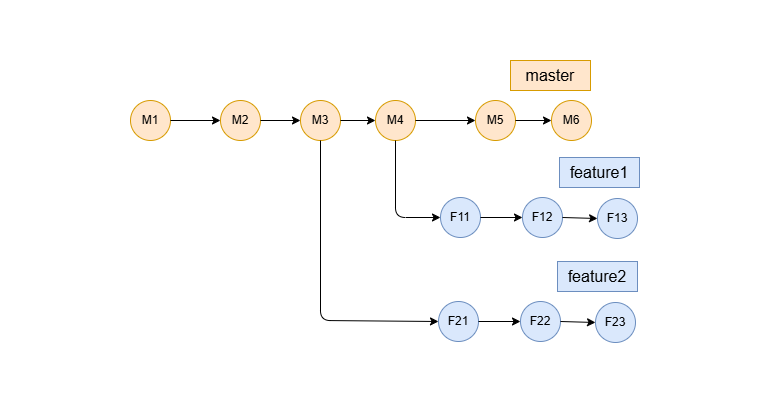
Earlier version of the draw.io export src/app/images/blog/merge_stategies/before_merge_octopus.png (LithiumGit/LithiumGit.github.io). Source tidied: cells renumbered, new cells last; positions are measured from the earlier drawing's top-left corner, leaving out a move shared by most shapes.
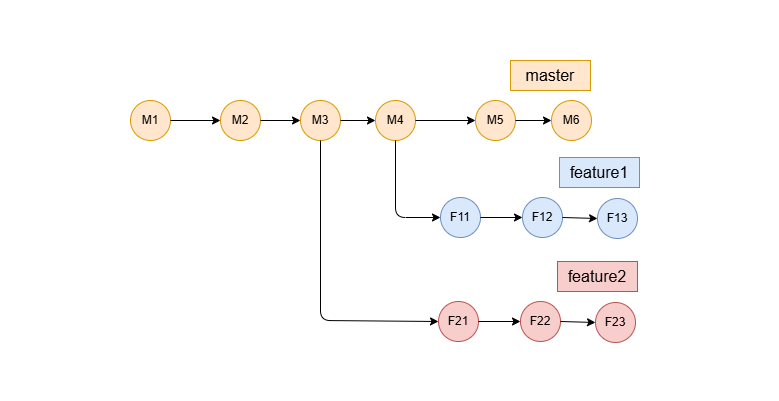
The same diagram one commit later.

Diff of the diagram source:
```diff
@@ -77,13 +77,13 @@
     <mxCell id="24" style="endArrow=classic;html=1;rounded=0;exitX=1;exitY=0.5;exitDx=0;exitDy=0;entryX=0;entryY=0.5;entryDx=0;entryDy=0;" parent="1" edge="1" source="21" target="23">
       <mxGeometry relative="1" as="geometry" />
     </mxCell>
-    <mxCell id="25" value="F21" style="ellipse;whiteSpace=wrap;html=1;fillColor=#dae8fc;strokeColor=#6c8ebf;" parent="1" vertex="1">
+    <mxCell id="25" value="F21" style="ellipse;whiteSpace=wrap;html=1;fillColor=#f8cecc;strokeColor=#b85450;" parent="1" vertex="1">
       <mxGeometry x="438" y="301" width="40" height="40" as="geometry" />
     </mxCell>
-    <mxCell id="26" value="F22" style="ellipse;whiteSpace=wrap;html=1;fillColor=#dae8fc;strokeColor=#6c8ebf;" parent="1" vertex="1">
+    <mxCell id="26" value="F22" style="ellipse;whiteSpace=wrap;html=1;fillColor=#f8cecc;strokeColor=#b85450;" parent="1" vertex="1">
       <mxGeometry x="520" y="301" width="40" height="40" as="geometry" />
     </mxCell>
-    <mxCell id="27" value="F23" style="ellipse;whiteSpace=wrap;html=1;fillColor=#dae8fc;strokeColor=#6c8ebf;" parent="1" vertex="1">
+    <mxCell id="27" value="F23" style="ellipse;whiteSpace=wrap;html=1;fillColor=#f8cecc;strokeColor=#b85450;" parent="1" vertex="1">
       <mxGeometry x="595" y="302" width="40" height="40" as="geometry" />
     </mxCell>
     <mxCell id="28" style="endArrow=classic;html=1;rounded=1;entryX=0;entryY=0.5;entryDx=0;entryDy=0;exitX=0.5;exitY=1;exitDx=0;exitDy=0;curved=0;" parent="1" edge="1" source="4" target="25">
@@ -99,7 +99,7 @@
     <mxCell id="30" style="endArrow=classic;html=1;rounded=0;entryX=0;entryY=0.5;entryDx=0;entryDy=0;exitX=1;exitY=0.5;exitDx=0;exitDy=0;" parent="1" edge="1" source="26" target="27">
       <mxGeometry relative="1" as="geometry" />
     </mxCell>
-    <mxCell id="31" value="&lt;font style=&quot;font-size: 16px;&quot;&gt;feature2&lt;/font&gt;" style="text;html=1;whiteSpace=wrap;strokeColor=#6c8ebf;fillColor=#dae8fc;align=center;verticalAlign=middle;rounded=0;" parent="1" vertex="1">
+    <mxCell id="31" value="&lt;font style=&quot;font-size: 16px;&quot;&gt;feature2&lt;/font&gt;" style="text;html=1;whiteSpace=wrap;strokeColor=#b85450;fillColor=#f8cecc;align=center;verticalAlign=middle;rounded=0;" parent="1" vertex="1">
       <mxGeometry x="557" y="261" width="80" height="30" as="geometry" />
     </mxCell>
   </root>
```
